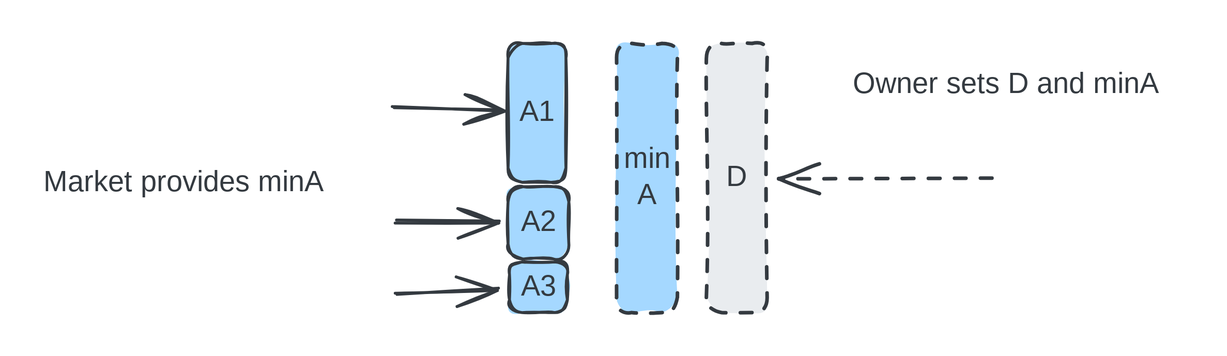
decaswap-labs/docs keeps this Excalidraw diagram as .gitbook/assets/file.excalidraw (8).svg. Above is the earlier version. Source tidied: one line per element, renumbered; positions are measured from the earlier drawing's top-left corner, leaving out a move shared by most shapes.
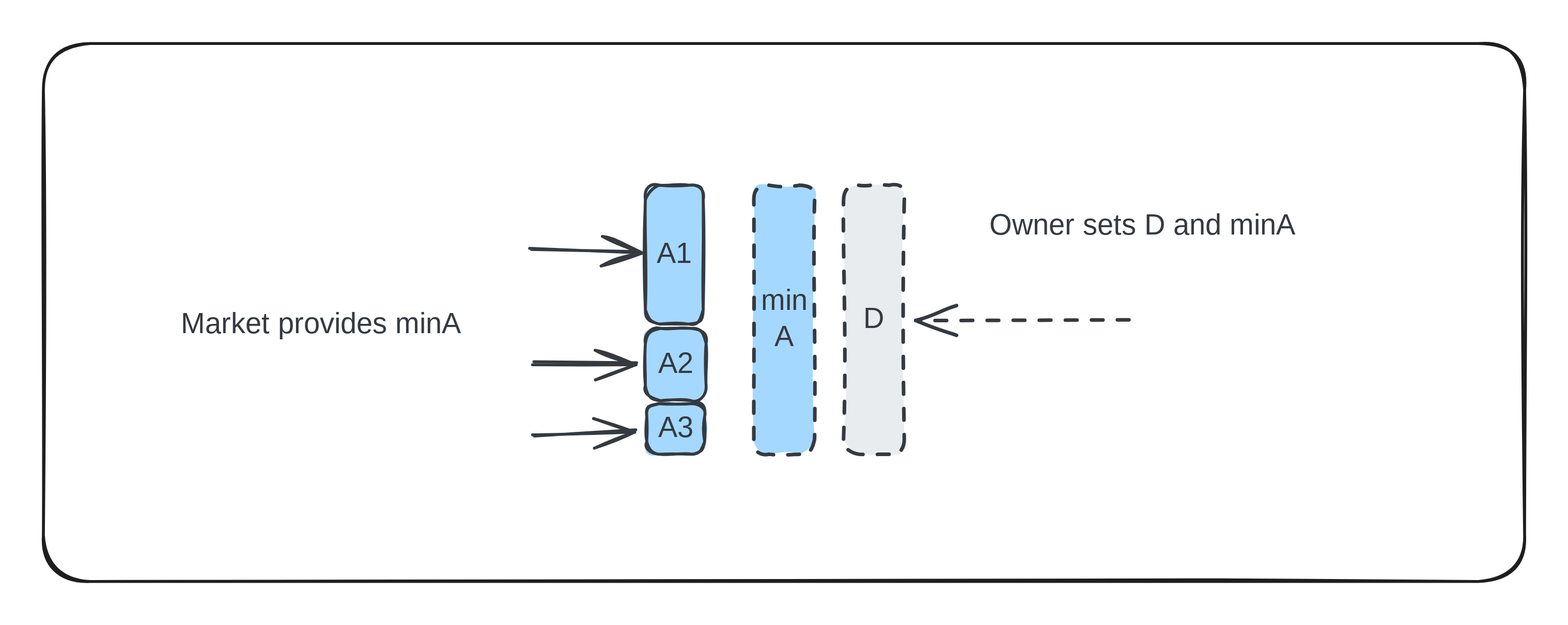
Above is the later version.

What changed in the source:
```diff
@@ -14,3 +14,4 @@
 {"id": 13, "type": "text", "text": "min\nA", "strokeColor": "#343a40", "backgroundColor": "#e9ecef", "fillStyle": "solid", "strokeWidth": 2, "roughness": 1, "fontSize": 20, "fontFamily": 1, "textAlign": "center", "verticalAlign": "middle", "inside": 12, "x": 404, "y": 68, "width": 26, "height": 50}
 {"id": 14, "type": "text", "text": "Owner sets D and minA", "strokeColor": "#343a40", "backgroundColor": "#a5d8ff", "fillStyle": "solid", "strokeWidth": 2, "strokeStyle": "dashed", "roughness": 1, "fontSize": 20, "fontFamily": 1, "x": 559, "y": 16, "width": 229, "height": 25}
 {"id": 15, "type": "text", "text": "Market provides minA", "strokeColor": "#343a40", "backgroundColor": "#a5d8ff", "fillStyle": "solid", "strokeWidth": 2, "strokeStyle": "dashed", "roughness": 1, "fontSize": 20, "fontFamily": 1, "x": 0, "y": 84, "width": 206, "height": 25}
+{"id": 16, "type": "rectangle", "strokeColor": "#1e1e1e", "strokeWidth": 2, "roughness": 1, "round": true, "x": -95, "y": -98, "width": 1024, "height": 372}
```
